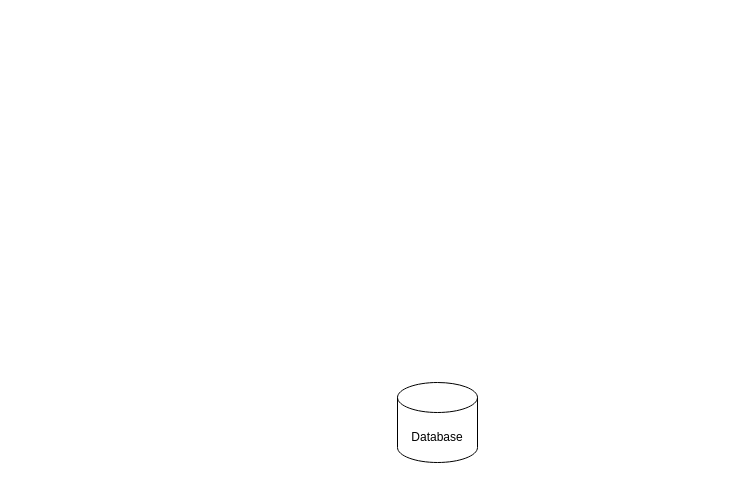
This is KI.drawio from KiwitouUWU/KI, a draw.io file, before an edit. Source tidied: cells renumbered, new cells numbered last; positions are measured from the earlier drawing's top-left corner, leaving out a move shared by most shapes. Both pictures are drawn from the tidied source at 100%, with x=0, y=0 at pixel (397, 382).
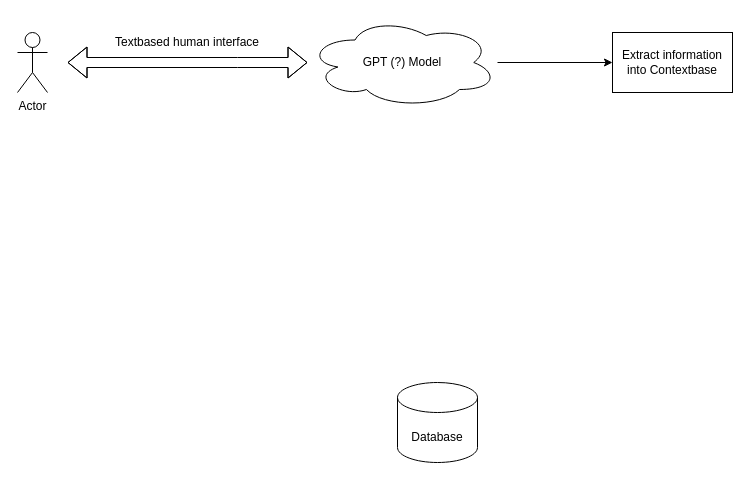
The same page after the edit.

What changed in the source:
```diff
@@
 <mxGraphModel>
   <root>
     <mxCell id="0" />
     <mxCell id="1" parent="0" />
     <mxCell id="2" style="shape=cylinder3;whiteSpace=wrap;html=1;boundedLbl=1;backgroundOutline=1;size=15;" parent="1" vertex="1">
       <mxGeometry width="80" height="80" as="geometry" />
     </mxCell>
     <mxCell id="3" value="Database" style="text;html=1;strokeColor=none;fillColor=none;align=center;verticalAlign=middle;whiteSpace=wrap;rounded=0;" parent="1" vertex="1">
       <mxGeometry x="10" y="40" width="60" height="30" as="geometry" />
     </mxCell>
+    <mxCell id="4" value="Actor" style="shape=umlActor;verticalLabelPosition=bottom;verticalAlign=top;html=1;" parent="1" vertex="1">
+      <mxGeometry x="-380" y="-350" width="30" height="60" as="geometry" />
+    </mxCell>
+    <mxCell id="5" style="shape=flexArrow;endArrow=classic;startArrow=classic;html=1;rounded=0;" parent="1" edge="1">
+      <mxGeometry relative="1" as="geometry">
+        <mxPoint x="-330" y="-320" as="sourcePoint" />
+        <mxPoint x="-90" y="-320" as="targetPoint" />
+        <Array as="points">
+          <mxPoint x="-160" y="-320" />
+        </Array>
+      </mxGeometry>
+    </mxCell>
+    <mxCell id="6" value="&lt;div&gt;Textbased human interface&lt;/div&gt;" style="text;html=1;strokeColor=none;fillColor=none;align=center;verticalAlign=middle;whiteSpace=wrap;rounded=0;" parent="1" vertex="1">
+      <mxGeometry x="-310" y="-360" width="200" height="40" as="geometry" />
+    </mxCell>
+    <mxCell id="7" style="edgeStyle=orthogonalEdgeStyle;rounded=0;jettySize=auto;html=1;" parent="1" edge="1" source="8" target="9">
+      <mxGeometry relative="1" as="geometry" />
+    </mxCell>
+    <mxCell id="8" value="&lt;div&gt;GPT (?) Model&lt;/div&gt;" style="ellipse;shape=cloud;whiteSpace=wrap;html=1;" parent="1" vertex="1">
+      <mxGeometry x="-90" y="-365" width="190" height="90" as="geometry" />
+    </mxCell>
+    <mxCell id="9" value="&lt;div&gt;Extract information into Contextbase&lt;br&gt;&lt;/div&gt;" style="whiteSpace=wrap;html=1;" parent="1" vertex="1">
+      <mxGeometry x="215" y="-350" width="120" height="60" as="geometry" />
+    </mxCell>
   </root>
 </mxGraphModel>
```
